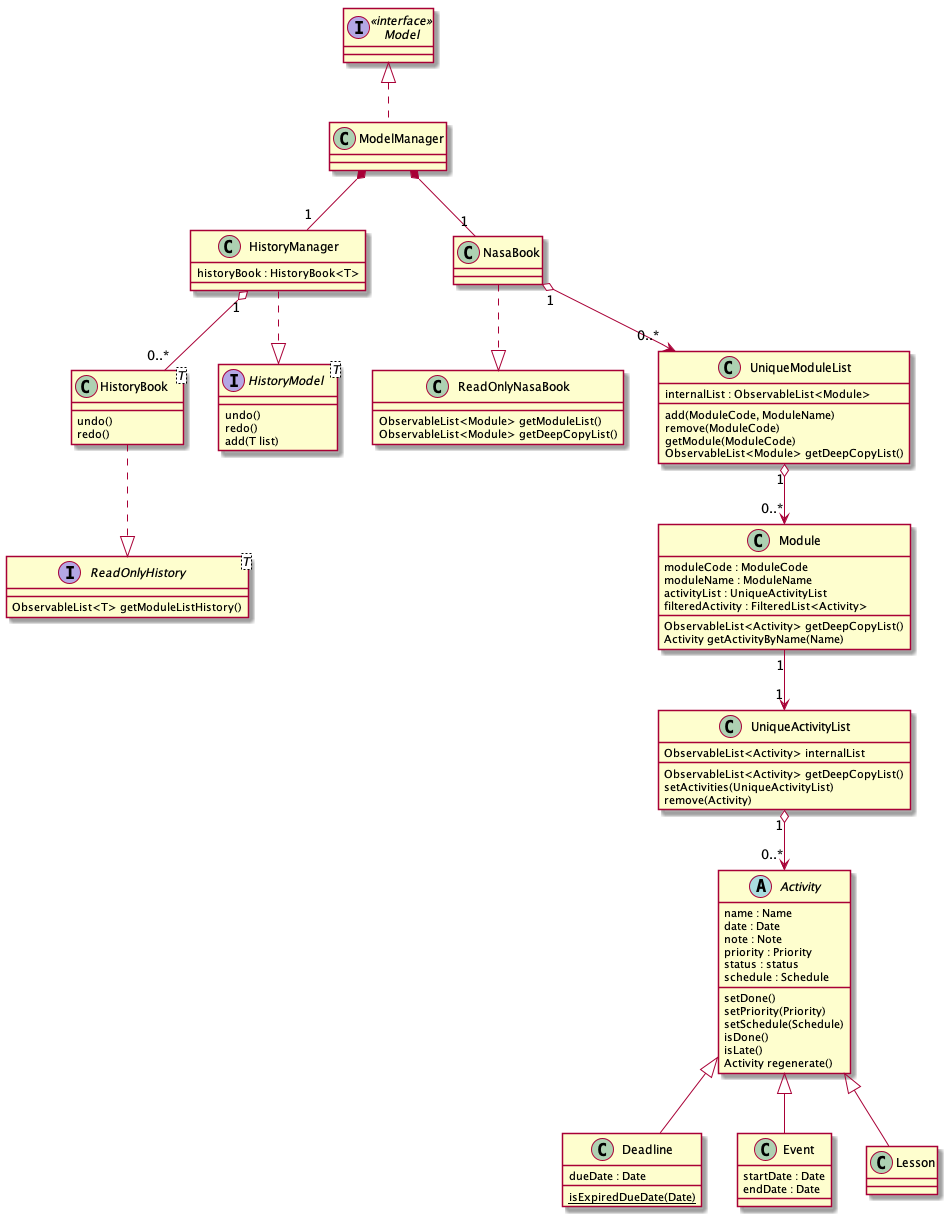
Before: docs/images/classDiagramModel.png, a diagram exported from PlantUML (nus-cs2103-AY1920S2/addressbook-level3).
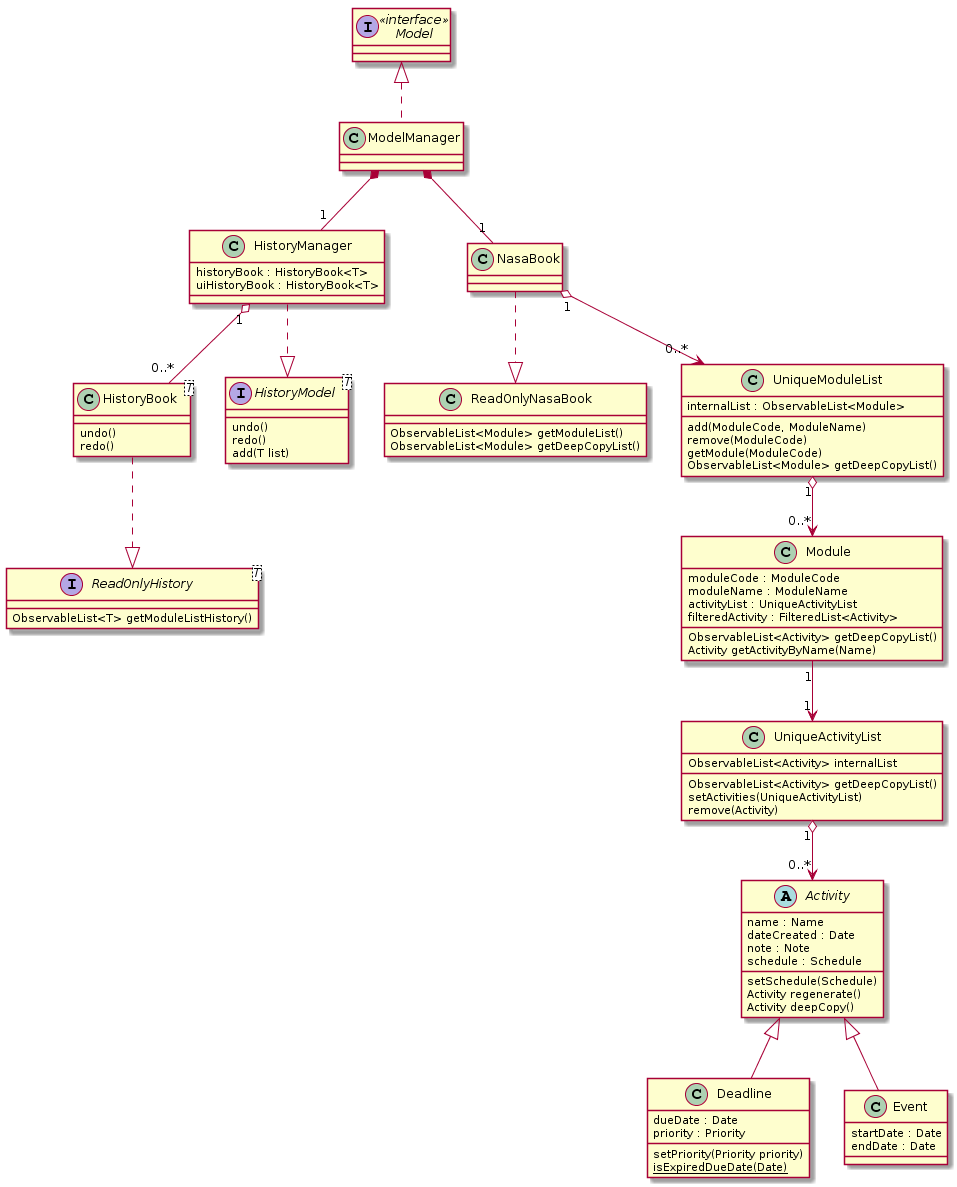
After the commit.

Commit message:
updated class diagram

The edit, as a diff of the source:
```diff
@@ -1,5 +1,4 @@
 @startuml
-
 interface Model <<interface>>
 
 class HistoryBook<T> {
@@ -9,6 +8,7 @@
 
 class HistoryManager {
 	historyBook : HistoryBook<T>
+	uiHistoryBook : HistoryBook<T>
 }
 
 interface HistoryModel<T> {
@@ -65,31 +65,25 @@
 
 abstract class Activity {
 	name : Name
-	date : Date
+	dateCreated : Date
 	note : Note
-	priority : Priority
-	status : status
 	schedule : Schedule
-	setDone()
-	setPriority(Priority)
 	setSchedule(Schedule)
-	isDone()
-	isLate()
 	Activity regenerate()
+	Activity deepCopy()
 }
 
 class Deadline extends Activity {
 	dueDate : Date
+	priority : Priority
+	setPriority(Priority priority)
 	{static} isExpiredDueDate(Date)
 }
 class Event extends Activity {
 	startDate : Date
 	endDate : Date
 }
-class Lesson extends Activity {}
 
 Module "1" --> "1" UniqueActivityList
 UniqueActivityList "1" o--> "0..*" Activity
-
-
 @enduml
```
